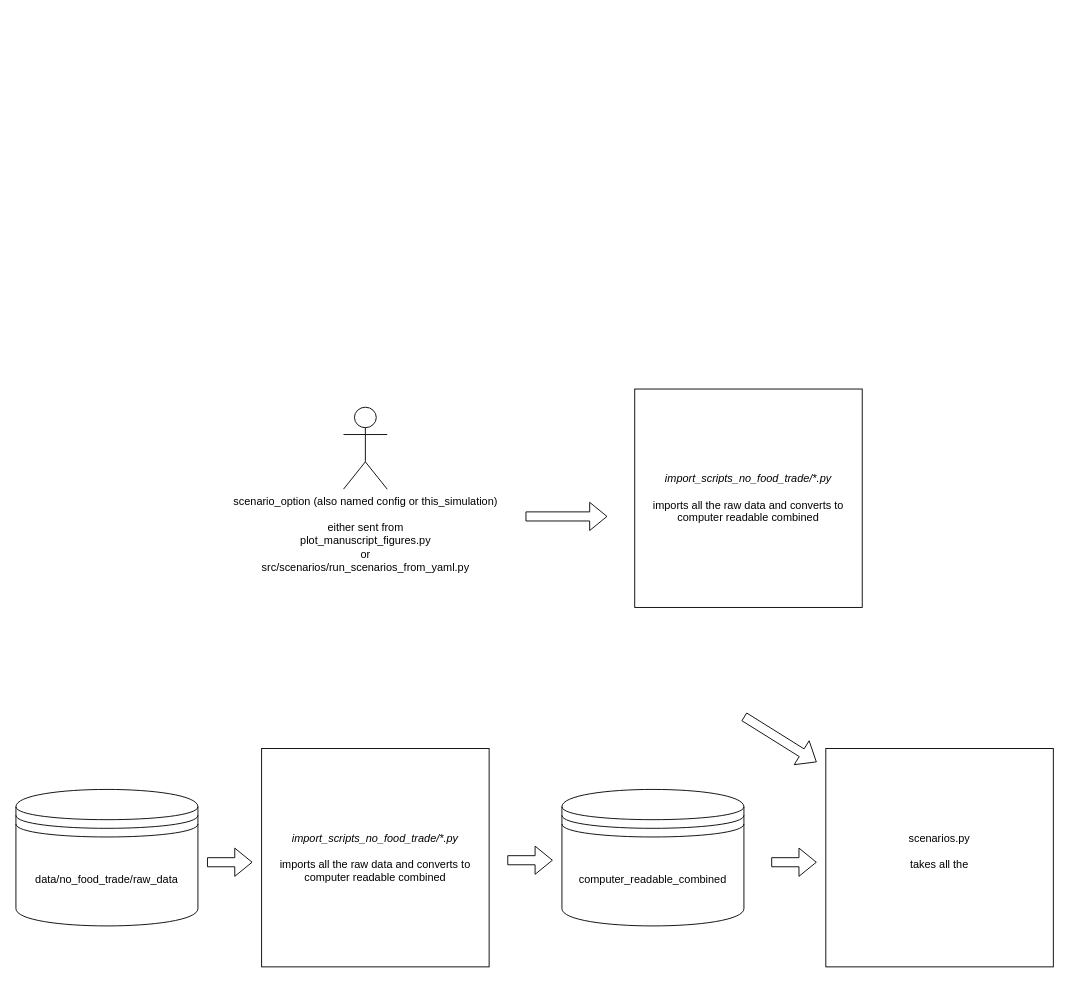
Above: docs/repository_flowchart/Untitled Diagram.drawio in allfed/allfed-integrated-model (draw.io), before the change. Source tidied: cells renumbered, new cells numbered last; positions are measured from the earlier drawing's top-left corner, leaving out a move shared by most shapes. Both pictures are drawn from the tidied source at 91%, with x=0, y=0 at pixel (15, 389).
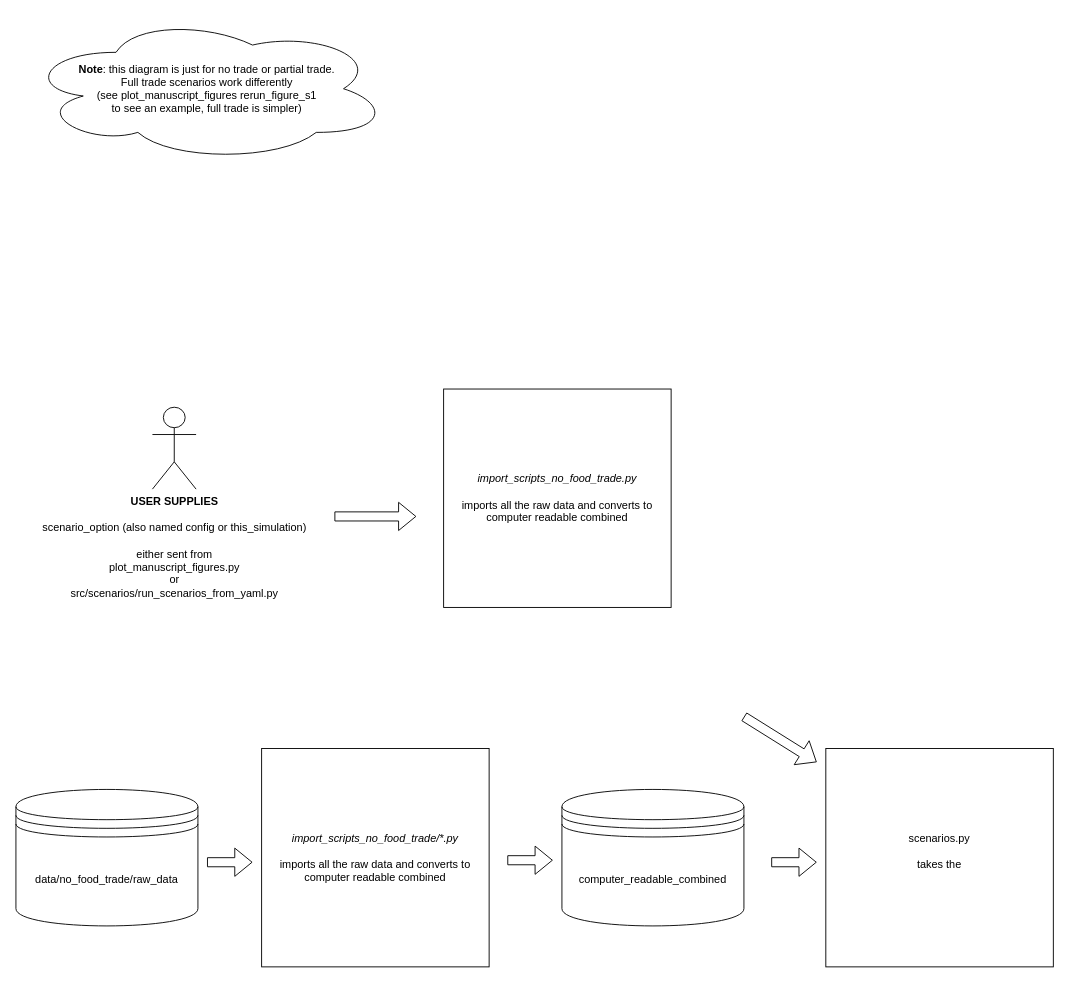
The same page after the edit.

What changed in the source:
```diff
@@
 <mxGraphModel>
   <root>
     <mxCell id="0" />
     <mxCell id="1" parent="0" />
     <mxCell id="2" value="&lt;div&gt;&lt;i&gt;import_scripts_no_food_trade/*.py&lt;br&gt;&lt;/i&gt;&lt;/div&gt;&lt;div&gt;&lt;br&gt;imports all the raw data and converts to computer readable combined&lt;br&gt;&lt;i&gt;&lt;/i&gt;&lt;/div&gt;" style="rounded=0;whiteSpace=wrap;html=1;" parent="1" vertex="1">
       <mxGeometry x="270" y="395" width="250" height="240" as="geometry" />
     </mxCell>
     <mxCell id="3" value="computer_readable_combined" style="shape=datastore;whiteSpace=wrap;html=1;" parent="1" vertex="1">
       <mxGeometry x="600" y="440" width="200" height="150" as="geometry" />
     </mxCell>
     <mxCell id="4" value="data/no_food_trade/raw_data" style="shape=datastore;whiteSpace=wrap;html=1;" parent="1" vertex="1">
       <mxGeometry y="440" width="200" height="150" as="geometry" />
     </mxCell>
     <mxCell id="5" style="shape=flexArrow;endArrow=classic;html=1;rounded=0;" parent="1" edge="1">
       <mxGeometry relative="1" as="geometry">
         <mxPoint x="210" y="520" as="sourcePoint" />
         <mxPoint x="260" y="520" as="targetPoint" />
       </mxGeometry>
     </mxCell>
     <mxCell id="6" style="shape=flexArrow;endArrow=classic;html=1;rounded=0;" parent="1" edge="1">
       <mxGeometry relative="1" as="geometry">
         <mxPoint x="540" y="517.8" as="sourcePoint" />
         <mxPoint x="590" y="517.8" as="targetPoint" />
       </mxGeometry>
     </mxCell>
-    <mxCell id="7" value="&lt;div&gt;scenarios.py&lt;br&gt;&lt;/div&gt;&lt;div&gt;&lt;br&gt;&lt;/div&gt;&lt;div&gt;takes all the &lt;br&gt;&lt;br&gt;&lt;/div&gt;" style="rounded=0;whiteSpace=wrap;html=1;" parent="1" vertex="1">
+    <mxCell id="7" value="&lt;div&gt;scenarios.py&lt;br&gt;&lt;/div&gt;&lt;div&gt;&lt;br&gt;&lt;/div&gt;&lt;div&gt;takes the &lt;br&gt;&lt;br&gt;&lt;/div&gt;" style="rounded=0;whiteSpace=wrap;html=1;" parent="1" vertex="1">
       <mxGeometry x="890" y="395" width="250" height="240" as="geometry" />
     </mxCell>
     <mxCell id="8" style="shape=flexArrow;endArrow=classic;html=1;rounded=0;" parent="1" edge="1">
       <mxGeometry relative="1" as="geometry">
         <mxPoint x="830" y="520" as="sourcePoint" />
         <mxPoint x="880" y="520" as="targetPoint" />
       </mxGeometry>
     </mxCell>
-    <mxCell id="9" value="&lt;div&gt;scenario_option (also named config or this_simulation)&lt;br&gt;&lt;br&gt;either sent from &lt;br&gt;&lt;/div&gt;&lt;div&gt;plot_manuscript_figures.py&lt;/div&gt;&lt;div&gt; or &lt;br&gt;&lt;/div&gt;&lt;div&gt;src/scenarios/run_scenarios_from_yaml.py&lt;br&gt;&lt;/div&gt;" style="shape=umlActor;verticalLabelPosition=bottom;verticalAlign=top;html=1;" parent="1" vertex="1">
-      <mxGeometry x="360" y="20" width="48" height="90" as="geometry" />
+    <mxCell id="9" value="&lt;b&gt;USER SUPPLIES&lt;/b&gt;&lt;br&gt;&lt;br&gt;&lt;div&gt;scenario_option (also named config or this_simulation)&lt;br&gt;&lt;br&gt;either sent from &lt;br&gt;&lt;/div&gt;&lt;div&gt;plot_manuscript_figures.py&lt;/div&gt;&lt;div&gt; or &lt;br&gt;&lt;/div&gt;&lt;div&gt;src/scenarios/run_scenarios_from_yaml.py&lt;br&gt;&lt;/div&gt;" style="shape=umlActor;verticalLabelPosition=bottom;verticalAlign=top;html=1;" parent="1" vertex="1">
+      <mxGeometry x="150" y="20" width="48" height="90" as="geometry" />
     </mxCell>
     <mxCell id="10" style="shape=flexArrow;endArrow=classic;html=1;rounded=0;" parent="1" edge="1">
       <mxGeometry relative="1" as="geometry">
-        <mxPoint x="560" y="140" as="sourcePoint" />
-        <mxPoint x="650" y="140" as="targetPoint" />
+        <mxPoint x="350" y="140" as="sourcePoint" />
+        <mxPoint x="440" y="140" as="targetPoint" />
       </mxGeometry>
     </mxCell>
     <mxCell id="11" style="shape=flexArrow;endArrow=classic;html=1;rounded=0;" parent="1" edge="1">
       <mxGeometry relative="1" as="geometry">
         <mxPoint x="800" y="360" as="sourcePoint" />
         <mxPoint x="880" y="410" as="targetPoint" />
       </mxGeometry>
     </mxCell>
-    <mxCell id="12" value="&lt;div&gt;&lt;i&gt;import_scripts_no_food_trade/*.py&lt;br&gt;&lt;/i&gt;&lt;/div&gt;&lt;div&gt;&lt;br&gt;imports all the raw data and converts to computer readable combined&lt;br&gt;&lt;i&gt;&lt;/i&gt;&lt;/div&gt;" style="rounded=0;whiteSpace=wrap;html=1;" parent="1" vertex="1">
-      <mxGeometry x="680" width="250" height="240" as="geometry" />
+    <mxCell id="12" value="&lt;div&gt;&lt;i&gt;import_scripts_no_food_trade.py&lt;br&gt;&lt;/i&gt;&lt;/div&gt;&lt;div&gt;&lt;br&gt;imports all the raw data and converts to computer readable combined&lt;br&gt;&lt;i&gt;&lt;/i&gt;&lt;/div&gt;" style="rounded=0;whiteSpace=wrap;html=1;" parent="1" vertex="1">
+      <mxGeometry x="470" width="250" height="240" as="geometry" />
     </mxCell>
+    <mxCell id="13" value="&lt;div&gt;&lt;b&gt;Note&lt;/b&gt;: this diagram is just for no trade or partial trade. &lt;br&gt;&lt;/div&gt;&lt;div&gt;Full trade scenarios work differently &lt;br&gt;&lt;/div&gt;&lt;div&gt;(see plot_manuscript_figures rerun_figure_s1 &lt;br&gt;&lt;/div&gt;&lt;div&gt;to see an example, full trade is simpler)&lt;/div&gt;" style="ellipse;shape=cloud;whiteSpace=wrap;html=1;" parent="1" vertex="1">
+      <mxGeometry x="10" y="-410" width="400" height="160" as="geometry" />
+    </mxCell>
   </root>
 </mxGraphModel>
```
